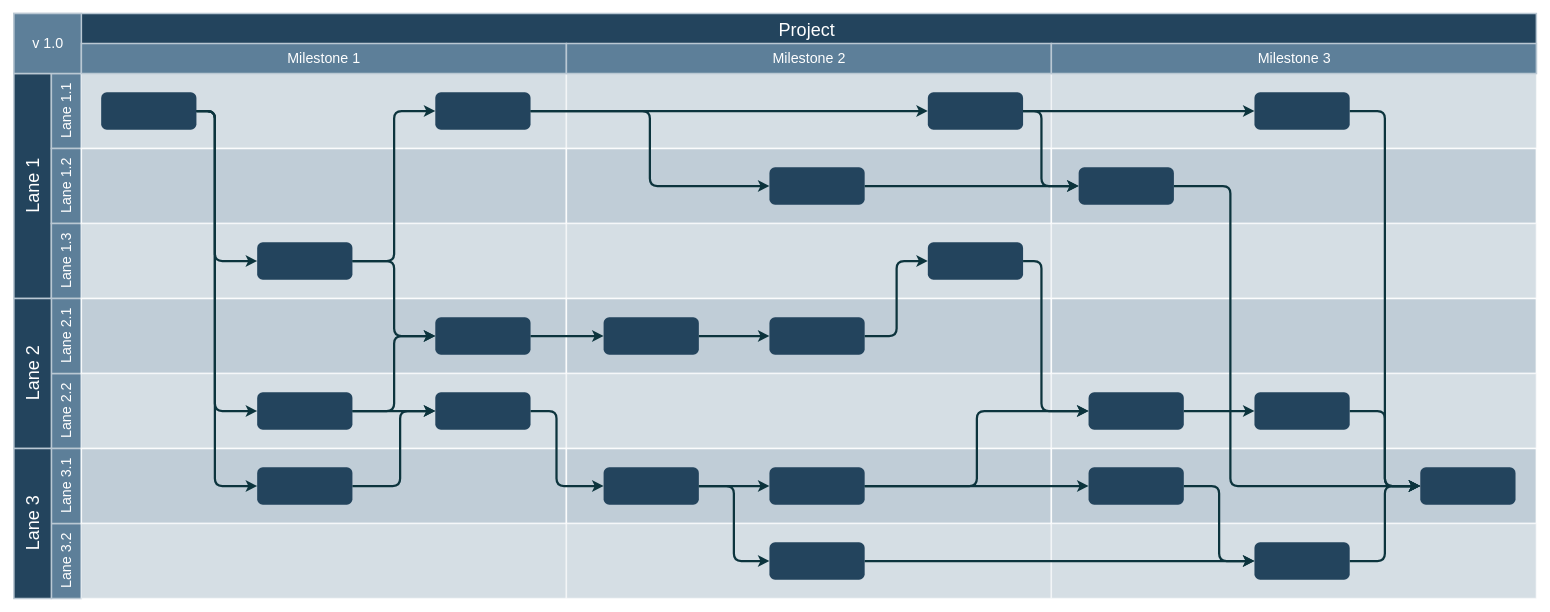
Earlier version of the draw.io diagram Untitled Diagram.drawio (DarkHesse/DarkHesse). Source tidied: cells renumbered, new cells numbered last; positions are measured from the earlier drawing's top-left corner, leaving out a move shared by most shapes. Both pictures are drawn from the tidied source at 75%, with x=0, y=0 at pixel (14, 13).
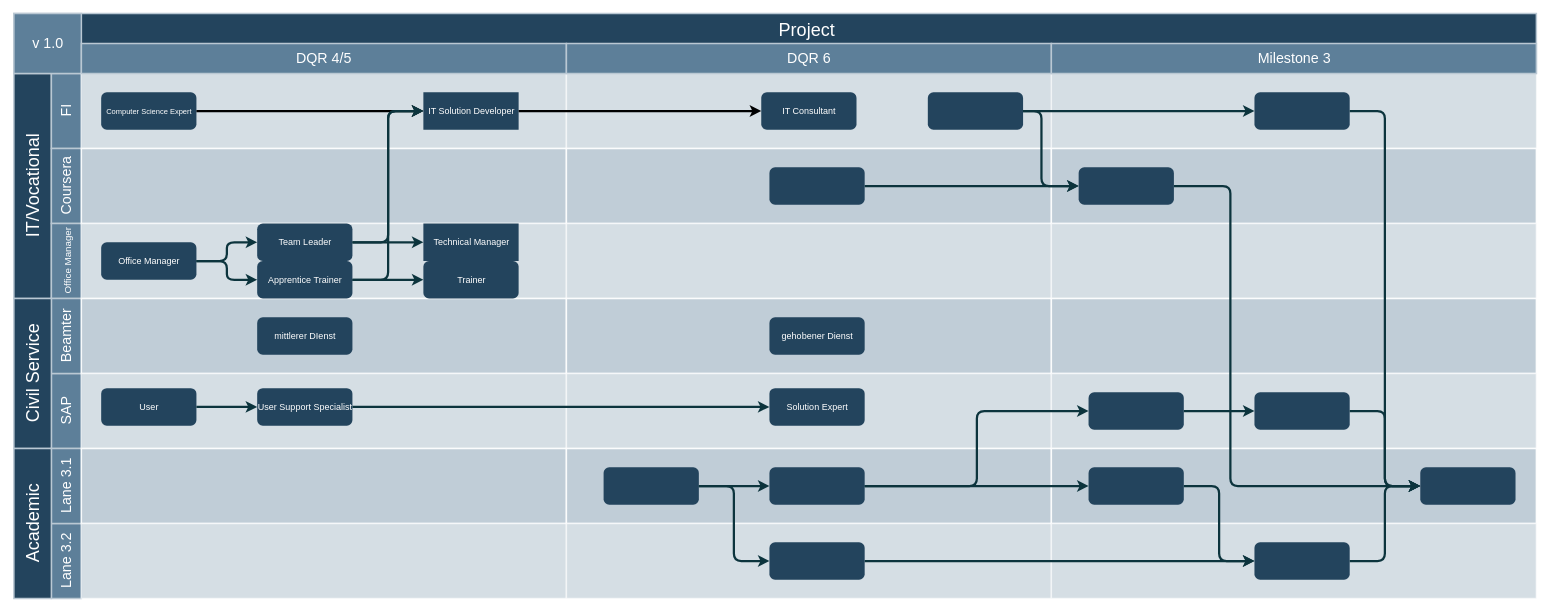
After the change.

The change refers to these unchanged cells:
```xml
<mxCell id="43" style="rounded=1;fillColor=#23445D;strokeColor=none;strokeWidth=2;fontFamily=Helvetica;html=1;gradientColor=none;" parent="1" vertex="1">
  <mxGeometry x="1007.4" y="205.5" width="127" height="50" as="geometry" />
</mxCell>
<mxCell id="44" style="rounded=1;fillColor=#23445D;strokeColor=none;strokeWidth=2;fontFamily=Helvetica;html=1;gradientColor=none;" parent="1" vertex="1">
  <mxGeometry x="1218.6" y="105.5" width="127" height="50" as="geometry" />
</mxCell>
<mxCell id="48" style="rounded=1;fillColor=#23445D;strokeColor=none;strokeWidth=2;fontFamily=Helvetica;html=1;gradientColor=none;" parent="1" vertex="1">
  <mxGeometry x="786.3" y="605.5" width="127" height="50" as="geometry" />
</mxCell>
<mxCell id="52" style="rounded=1;fillColor=#23445D;strokeColor=none;strokeWidth=2;gradientColor=none;fontFamily=Helvetica;html=1;" parent="1" vertex="1">
  <mxGeometry x="1432.9" y="505.5" width="127" height="50" as="geometry" />
</mxCell>
<mxCell id="86" style="group;" parent="1" vertex="1">
  <mxGeometry x="90" y="40.5" width="646.7" height="40" as="geometry" />
</mxCell>
```

Diff of the diagram source:
```diff
@@
-    <mxCell id="3" value="Lane 1" style="strokeColor=#BAC8D3;fillColor=#23445D;fontSize=24;strokeWidth=2;horizontal=0;fontFamily=Helvetica;html=1;fontColor=#FFFFFF;fontStyle=0;" parent="1" vertex="1">
+    <mxCell id="3" value="IT/Vocational" style="strokeColor=#BAC8D3;fillColor=#23445D;fontSize=24;strokeWidth=2;horizontal=0;fontFamily=Helvetica;html=1;fontColor=#FFFFFF;fontStyle=0;" parent="1" vertex="1">
       <mxGeometry y="80.5" width="50" height="300" as="geometry" />
     </mxCell>
-    <mxCell id="4" value="Lane 1.1" style="strokeColor=#BAC8D3;fillColor=#5d7f99;fontSize=19;strokeWidth=2;horizontal=0;fontFamily=Helvetica;html=1;labelBackgroundColor=none;fontColor=#FFFFFF;" parent="1" vertex="1">
+    <mxCell id="4" value="FI" style="strokeColor=#BAC8D3;fillColor=#5d7f99;fontSize=19;strokeWidth=2;horizontal=0;fontFamily=Helvetica;html=1;labelBackgroundColor=none;fontColor=#FFFFFF;" parent="1" vertex="1">
       <mxGeometry x="50" y="80.5" width="40" height="100" as="geometry" />
     </mxCell>
@@
-    <mxCell id="6" value="Lane 1.2" style="strokeColor=#BAC8D3;fillColor=#5d7f99;fontSize=19;strokeWidth=2;horizontal=0;fontFamily=Helvetica;html=1;labelBackgroundColor=none;fontColor=#FFFFFF;" parent="1" vertex="1">
+    <mxCell id="6" value="Coursera" style="strokeColor=#BAC8D3;fillColor=#5d7f99;fontSize=19;strokeWidth=2;horizontal=0;fontFamily=Helvetica;html=1;labelBackgroundColor=none;fontColor=#FFFFFF;" parent="1" vertex="1">
       <mxGeometry x="50" y="180.5" width="40" height="100" as="geometry" />
     </mxCell>
-    <mxCell id="7" value="Lane 1.3" style="strokeColor=#BAC8D3;fillColor=#5d7f99;fontSize=19;strokeWidth=2;horizontal=0;fontFamily=Helvetica;html=1;labelBackgroundColor=none;fontColor=#FFFFFF;" parent="1" vertex="1">
+    <mxCell id="7" value="&lt;font style=&quot;font-size: 13px;&quot;&gt;Office Manager&lt;/font&gt;" style="strokeColor=#BAC8D3;fillColor=#5d7f99;fontSize=19;strokeWidth=2;horizontal=0;fontFamily=Helvetica;html=1;labelBackgroundColor=none;fontColor=#FFFFFF;" parent="1" vertex="1">
       <mxGeometry x="50" y="280.5" width="40" height="100" as="geometry" />
     </mxCell>
-    <mxCell id="8" value="Lane 2.2" style="strokeColor=#BAC8D3;fillColor=#5d7f99;fontSize=19;strokeWidth=2;horizontal=0;fontFamily=Helvetica;html=1;labelBackgroundColor=none;fontColor=#FFFFFF;" parent="1" vertex="1">
+    <mxCell id="8" value="SAP" style="strokeColor=#BAC8D3;fillColor=#5d7f99;fontSize=19;strokeWidth=2;horizontal=0;fontFamily=Helvetica;html=1;labelBackgroundColor=none;fontColor=#FFFFFF;" parent="1" vertex="1">
       <mxGeometry x="50" y="480.5" width="40" height="100" as="geometry" />
     </mxCell>
-    <mxCell id="9" value="Lane 2.1" style="strokeColor=#BAC8D3;fillColor=#5d7f99;fontSize=19;strokeWidth=2;horizontal=0;fontFamily=Helvetica;html=1;labelBackgroundColor=none;fontColor=#FFFFFF;" parent="1" vertex="1">
+    <mxCell id="9" value="Beamter" style="strokeColor=#BAC8D3;fillColor=#5d7f99;fontSize=19;strokeWidth=2;horizontal=0;fontFamily=Helvetica;html=1;labelBackgroundColor=none;fontColor=#FFFFFF;" parent="1" vertex="1">
       <mxGeometry x="50" y="380.5" width="40" height="100" as="geometry" />
     </mxCell>
-    <mxCell id="10" value="Lane 2" style="strokeColor=#BAC8D3;fillColor=#23445D;fontSize=24;strokeWidth=2;horizontal=0;fontFamily=Helvetica;html=1;fontColor=#FFFFFF;fontStyle=0;" parent="1" vertex="1">
+    <mxCell id="10" value="Civil Service" style="strokeColor=#BAC8D3;fillColor=#23445D;fontSize=24;strokeWidth=2;horizontal=0;fontFamily=Helvetica;html=1;fontColor=#FFFFFF;fontStyle=0;" parent="1" vertex="1">
       <mxGeometry y="380.5" width="50" height="200" as="geometry" />
     </mxCell>
@@
-    <mxCell id="13" value="Lane 3" style="strokeColor=#BAC8D3;fillColor=#23445D;fontSize=24;strokeWidth=2;horizontal=0;fontFamily=Helvetica;html=1;fontColor=#FFFFFF;fontStyle=0;" parent="1" vertex="1">
+    <mxCell id="13" value="Academic" style="strokeColor=#BAC8D3;fillColor=#23445D;fontSize=24;strokeWidth=2;horizontal=0;fontFamily=Helvetica;html=1;fontColor=#FFFFFF;fontStyle=0;" parent="1" vertex="1">
       <mxGeometry y="580.5" width="50" height="200" as="geometry" />
     </mxCell>
@@
-    <mxCell id="35" style="edgeStyle=orthogonalEdgeStyle;rounded=1;jumpStyle=none;html=1;exitX=1;exitY=0.5;entryX=0;entryY=0.5;labelBackgroundColor=#ffffff;startArrow=none;startFill=0;endArrow=classic;jettySize=auto;strokeColor=#0C343D;strokeWidth=3;fontFamily=Helvetica;fontSize=11;fontColor=#000000;" parent="1" edge="1" source="36" target="38">
-      <mxGeometry relative="1" as="geometry">
-        <Array as="points">
-          <mxPoint x="268" y="130.5" />
-          <mxPoint x="268" y="330.5" />
-        </Array>
-      </mxGeometry>
-    </mxCell>
-    <mxCell id="36" style="rounded=1;fillColor=#23445D;strokeColor=none;strokeWidth=2;fontFamily=Helvetica;html=1;gradientColor=none;" parent="1" vertex="1">
+    <mxCell id="36" value="&lt;font style=&quot;font-size: 10px;&quot; color=&quot;#ffffff&quot;&gt;Computer Science Expert&lt;/font&gt;" style="rounded=1;fillColor=#23445D;strokeColor=none;strokeWidth=2;fontFamily=Helvetica;html=1;gradientColor=none;" parent="1" vertex="1">
       <mxGeometry x="116.4" y="105.5" width="127" height="50" as="geometry" />
     </mxCell>
-    <mxCell id="37" style="rounded=1;fillColor=#23445D;strokeColor=none;strokeWidth=2;fontFamily=Helvetica;html=1;gradientColor=none;" parent="1" vertex="1">
-      <mxGeometry x="561.9" y="105.5" width="127" height="50" as="geometry" />
-    </mxCell>
-    <mxCell id="38" style="rounded=1;fillColor=#23445D;strokeColor=none;strokeWidth=2;fontFamily=Helvetica;html=1;gradientColor=none;" parent="1" vertex="1">
-      <mxGeometry x="324.4" y="305.5" width="127" height="50" as="geometry" />
+    <mxCell id="38" value="&lt;font color=&quot;#ffffff&quot;&gt;Office Manager&lt;/font&gt;" style="rounded=1;fillColor=#23445D;strokeColor=none;strokeWidth=2;fontFamily=Helvetica;html=1;gradientColor=none;" parent="1" vertex="1">
+      <mxGeometry x="116.4" y="305.5" width="127" height="50" as="geometry" />
     </mxCell>
-    <mxCell id="39" style="rounded=1;fillColor=#23445D;strokeColor=none;strokeWidth=2;fontFamily=Helvetica;html=1;gradientColor=none;" parent="1" vertex="1">
-      <mxGeometry x="561.9" y="405.5" width="127" height="50" as="geometry" />
-    </mxCell>
-    <mxCell id="40" style="rounded=1;fillColor=#23445D;strokeColor=none;strokeWidth=2;fontFamily=Helvetica;html=1;gradientColor=none;" parent="1" vertex="1">
-      <mxGeometry x="561.9" y="505.5" width="127" height="50" as="geometry" />
-    </mxCell>
-    <mxCell id="41" style="rounded=1;fillColor=#23445D;strokeColor=none;strokeWidth=2;fontFamily=Helvetica;html=1;gradientColor=none;" parent="1" vertex="1">
-      <mxGeometry x="324.4" y="605.5" width="127" height="50" as="geometry" />
-    </mxCell>
-    <mxCell id="42" style="rounded=1;fillColor=#23445D;strokeColor=none;strokeWidth=2;fontFamily=Helvetica;html=1;gradientColor=none;" parent="1" vertex="1">
-      <mxGeometry x="324.4" y="505.5" width="127" height="50" as="geometry" />
-    </mxCell>
@@
-    <mxCell id="46" style="rounded=1;fillColor=#23445D;strokeColor=none;strokeWidth=2;fontFamily=Helvetica;html=1;gradientColor=none;" parent="1" vertex="1">
-      <mxGeometry x="1007.4" y="405.5" width="127" height="50" as="geometry" />
-    </mxCell>
@@
-    <mxCell id="50" style="rounded=1;fillColor=#23445D;strokeColor=none;strokeWidth=2;fontFamily=Helvetica;html=1;gradientColor=none;" parent="1" vertex="1">
-      <mxGeometry x="786.3" y="405.5" width="127" height="50" as="geometry" />
-    </mxCell>
-    <mxCell id="51" style="rounded=1;fillColor=#23445D;strokeColor=none;strokeWidth=2;fontFamily=Helvetica;html=1;gradientColor=none;" parent="1" vertex="1">
-      <mxGeometry x="1218.6" y="305.5" width="127" height="50" as="geometry" />
-    </mxCell>
@@
-    <mxCell id="58" style="edgeStyle=elbowEdgeStyle;elbow=horizontal;strokeWidth=3;strokeColor=#0C343D;fontFamily=Helvetica;html=1;" parent="1" edge="1" source="36" target="42">
-      <mxGeometry x="6.4" y="830.5" as="geometry">
-        <Array as="points">
-          <mxPoint x="268" y="343.5" />
-        </Array>
-      </mxGeometry>
-    </mxCell>
-    <mxCell id="59" style="edgeStyle=elbowEdgeStyle;elbow=horizontal;strokeWidth=3;strokeColor=#0C343D;fontFamily=Helvetica;html=1;" parent="1" edge="1" source="36" target="41">
-      <mxGeometry x="6.4" y="830.5" as="geometry">
-        <Array as="points">
-          <mxPoint x="268" y="252.5" />
-        </Array>
-      </mxGeometry>
-    </mxCell>
-    <mxCell id="60" style="edgeStyle=elbowEdgeStyle;elbow=horizontal;strokeWidth=3;strokeColor=#0C343D;fontFamily=Helvetica;html=1;" parent="1" edge="1" source="38" target="37">
-      <mxGeometry x="6.4" y="830.5" as="geometry" />
-    </mxCell>
-    <mxCell id="61" style="edgeStyle=elbowEdgeStyle;elbow=horizontal;strokeWidth=3;strokeColor=#0C343D;fontFamily=Helvetica;html=1;" parent="1" edge="1" source="38" target="39">
-      <mxGeometry x="6.4" y="830.5" as="geometry" />
-    </mxCell>
-    <mxCell id="62" style="edgeStyle=elbowEdgeStyle;elbow=horizontal;strokeWidth=3;strokeColor=#0C343D;fontFamily=Helvetica;html=1;" parent="1" edge="1" source="42" target="39">
-      <mxGeometry x="6.4" y="830.5" as="geometry" />
-    </mxCell>
-    <mxCell id="63" style="edgeStyle=elbowEdgeStyle;elbow=horizontal;strokeWidth=3;strokeColor=#0C343D;fontFamily=Helvetica;html=1;" parent="1" edge="1" source="42" target="40">
-      <mxGeometry x="6.4" y="830.5" as="geometry" />
-    </mxCell>
-    <mxCell id="64" style="edgeStyle=elbowEdgeStyle;elbow=horizontal;strokeWidth=3;strokeColor=#0C343D;fontFamily=Helvetica;html=1;" parent="1" edge="1" source="41" target="40">
-      <mxGeometry x="6.4" y="830.5" as="geometry">
-        <Array as="points">
-          <mxPoint x="515" y="584.5" />
-        </Array>
-      </mxGeometry>
-    </mxCell>
-    <mxCell id="65" style="edgeStyle=elbowEdgeStyle;elbow=horizontal;strokeWidth=3;strokeColor=#0C343D;fontFamily=Helvetica;html=1;" parent="1" edge="1" source="37" target="43">
-      <mxGeometry x="6.4" y="830.5" as="geometry" />
-    </mxCell>
-    <mxCell id="66" style="edgeStyle=elbowEdgeStyle;elbow=horizontal;strokeWidth=3;strokeColor=#0C343D;fontFamily=Helvetica;html=1;" parent="1" edge="1" source="39" target="50">
-      <mxGeometry x="6.4" y="830.5" as="geometry" />
-    </mxCell>
-    <mxCell id="67" style="edgeStyle=elbowEdgeStyle;elbow=horizontal;strokeWidth=3;strokeColor=#0C343D;fontFamily=Helvetica;html=1;" parent="1" edge="1" source="50" target="46">
-      <mxGeometry x="6.4" y="830.5" as="geometry" />
-    </mxCell>
-    <mxCell id="68" style="edgeStyle=elbowEdgeStyle;elbow=horizontal;strokeWidth=3;strokeColor=#0C343D;fontFamily=Helvetica;html=1;" parent="1" edge="1" source="37" target="44">
-      <mxGeometry x="6.4" y="830.5" as="geometry" />
-    </mxCell>
-    <mxCell id="69" style="edgeStyle=elbowEdgeStyle;elbow=horizontal;strokeWidth=3;strokeColor=#0C343D;fontFamily=Helvetica;html=1;" parent="1" edge="1" source="40" target="48">
-      <mxGeometry x="6.4" y="830.5" as="geometry">
-        <Array as="points">
-          <mxPoint x="723.5" y="580.5" />
-        </Array>
-      </mxGeometry>
-    </mxCell>
@@
-    <mxCell id="78" style="edgeStyle=elbowEdgeStyle;elbow=horizontal;strokeWidth=3;strokeColor=#0C343D;fontFamily=Helvetica;html=1;" parent="1" edge="1" source="46" target="51">
-      <mxGeometry x="6.4" y="830.5" as="geometry" />
-    </mxCell>
@@
-    <mxCell id="85" style="edgeStyle=elbowEdgeStyle;elbow=horizontal;strokeWidth=3;strokeColor=#0C343D;fontFamily=Helvetica;html=1;" parent="1" edge="1" source="51" target="52">
-      <mxGeometry x="6.4" y="830.5" as="geometry">
-        <Array as="points">
-          <mxPoint x="1370.1" y="430.5" />
-        </Array>
-      </mxGeometry>
-    </mxCell>
@@
-    <mxCell id="87" value="Milestone 1" style="strokeColor=#BAC8D3;fillColor=#5d7f99;fontSize=19;strokeWidth=2;fontFamily=Helvetica;html=1;labelBackgroundColor=none;fontColor=#FFFFFF;" parent="86" vertex="1">
+    <mxCell id="87" value="DQR 4/5" style="strokeColor=#BAC8D3;fillColor=#5d7f99;fontSize=19;strokeWidth=2;fontFamily=Helvetica;html=1;labelBackgroundColor=none;fontColor=#FFFFFF;" parent="86" vertex="1">
       <mxGeometry width="646.7" height="40" as="geometry" />
     </mxCell>
-    <mxCell id="88" value="Milestone 2" style="strokeColor=#BAC8D3;fillColor=#5d7f99;fontSize=19;strokeWidth=2;fontFamily=Helvetica;html=1;labelBackgroundColor=none;fontColor=#FFFFFF;" parent="86" vertex="1">
+    <mxCell id="88" value="DQR 6" style="strokeColor=#BAC8D3;fillColor=#5d7f99;fontSize=19;strokeWidth=2;fontFamily=Helvetica;html=1;labelBackgroundColor=none;fontColor=#FFFFFF;" parent="86" vertex="1">
       <mxGeometry x="646.7" width="646.7" height="40" as="geometry" />
     </mxCell>
@@
+    <mxCell id="90" value="&lt;font color=&quot;#ffffff&quot;&gt;IT Solution Developer&lt;/font&gt;" style="rounded=0;fillColor=#23445D;strokeColor=none;strokeWidth=2;fontFamily=Helvetica;html=1;gradientColor=none;" parent="1" vertex="1">
+      <mxGeometry x="546" y="105.5" width="127" height="50" as="geometry" />
+    </mxCell>
+    <mxCell id="91" style="endArrow=classic;html=1;rounded=0;exitX=1;exitY=0.5;exitDx=0;exitDy=0;entryX=0;entryY=0.5;entryDx=0;entryDy=0;strokeWidth=3;" parent="1" edge="1" source="36" target="90">
+      <mxGeometry relative="1" as="geometry" />
+    </mxCell>
+    <mxCell id="92" value="&lt;font color=&quot;#ffffff&quot;&gt;IT Consultant&lt;/font&gt;" style="rounded=1;fillColor=#23445D;strokeColor=none;strokeWidth=2;fontFamily=Helvetica;html=1;gradientColor=none;" parent="1" vertex="1">
+      <mxGeometry x="996.5" y="105.5" width="127" height="50" as="geometry" />
+    </mxCell>
+    <mxCell id="93" style="endArrow=classic;html=1;rounded=0;strokeWidth=3;exitX=1;exitY=0.5;exitDx=0;exitDy=0;entryX=0;entryY=0.5;entryDx=0;entryDy=0;" parent="1" edge="1" source="90" target="92">
+      <mxGeometry relative="1" as="geometry" />
+    </mxCell>
+    <mxCell id="94" value="&lt;font color=&quot;#ffffff&quot;&gt;Technical Manager&lt;/font&gt;" style="rounded=0;fillColor=#23445D;strokeColor=none;strokeWidth=2;fontFamily=Helvetica;html=1;gradientColor=none;shadow=0;" parent="1" vertex="1">
+      <mxGeometry x="546" y="280.5" width="127" height="50" as="geometry" />
+    </mxCell>
+    <mxCell id="95" value="&lt;font color=&quot;#ffffff&quot;&gt;Apprentice Trainer&lt;/font&gt;" style="rounded=1;fillColor=#23445D;strokeColor=none;strokeWidth=2;fontFamily=Helvetica;html=1;gradientColor=none;" parent="1" vertex="1">
+      <mxGeometry x="324.4" y="330.5" width="127" height="50" as="geometry" />
+    </mxCell>
+    <mxCell id="96" value="&lt;font color=&quot;#ffffff&quot;&gt;Team Leader&lt;/font&gt;" style="rounded=1;fillColor=#23445D;strokeColor=none;strokeWidth=2;fontFamily=Helvetica;html=1;gradientColor=none;" parent="1" vertex="1">
+      <mxGeometry x="324.4" y="280.5" width="127" height="50" as="geometry" />
+    </mxCell>
+    <mxCell id="97" value="&lt;font color=&quot;#ffffff&quot;&gt;Trainer&lt;/font&gt;" style="rounded=1;fillColor=#23445D;strokeColor=none;strokeWidth=2;fontFamily=Helvetica;html=1;gradientColor=none;" parent="1" vertex="1">
+      <mxGeometry x="546" y="330.5" width="127" height="50" as="geometry" />
+    </mxCell>
+    <mxCell id="98" style="edgeStyle=elbowEdgeStyle;elbow=horizontal;strokeWidth=3;strokeColor=#0C343D;fontFamily=Helvetica;html=1;exitX=1;exitY=0.5;exitDx=0;exitDy=0;entryX=0;entryY=0.5;entryDx=0;entryDy=0;" parent="1" edge="1" source="38" target="96">
+      <mxGeometry x="-118.9" y="550" as="geometry" />
+    </mxCell>
+    <mxCell id="99" style="edgeStyle=elbowEdgeStyle;elbow=horizontal;strokeWidth=3;strokeColor=#0C343D;fontFamily=Helvetica;html=1;exitX=1;exitY=0.5;exitDx=0;exitDy=0;entryX=0;entryY=0.5;entryDx=0;entryDy=0;" parent="1" edge="1" source="38" target="95">
+      <mxGeometry x="-118.9" y="550" as="geometry" />
+    </mxCell>
+    <mxCell id="100" style="edgeStyle=elbowEdgeStyle;elbow=horizontal;strokeWidth=3;strokeColor=#0C343D;fontFamily=Helvetica;html=1;exitX=1;exitY=0.5;exitDx=0;exitDy=0;entryX=0;entryY=0.5;entryDx=0;entryDy=0;" parent="1" edge="1" source="96" target="94">
+      <mxGeometry x="-118.9" y="550" as="geometry" />
+    </mxCell>
+    <mxCell id="101" style="edgeStyle=elbowEdgeStyle;elbow=horizontal;strokeWidth=3;strokeColor=#0C343D;fontFamily=Helvetica;html=1;exitX=1;exitY=0.5;exitDx=0;exitDy=0;entryX=0;entryY=0.5;entryDx=0;entryDy=0;" parent="1" edge="1" source="95" target="97">
+      <mxGeometry x="-118.9" y="550" as="geometry" />
+    </mxCell>
+    <mxCell id="102" style="edgeStyle=elbowEdgeStyle;elbow=horizontal;strokeWidth=3;strokeColor=#0C343D;fontFamily=Helvetica;html=1;exitX=1;exitY=0.5;exitDx=0;exitDy=0;entryX=0;entryY=0.5;entryDx=0;entryDy=0;" parent="1" edge="1" source="96" target="90">
+      <mxGeometry x="21.1" y="550" as="geometry" />
+    </mxCell>
+    <mxCell id="103" style="edgeStyle=elbowEdgeStyle;elbow=horizontal;strokeWidth=3;strokeColor=#0C343D;fontFamily=Helvetica;html=1;exitX=1;exitY=0.5;exitDx=0;exitDy=0;entryX=0;entryY=0.5;entryDx=0;entryDy=0;" parent="1" edge="1" source="95" target="90">
+      <mxGeometry x="21.1" y="550" as="geometry" />
+    </mxCell>
+    <mxCell id="104" value="&lt;font color=&quot;#ffffff&quot;&gt;mittlerer DIenst&lt;/font&gt;" style="rounded=1;fillColor=#23445D;strokeColor=none;strokeWidth=2;fontFamily=Helvetica;html=1;gradientColor=none;" parent="1" vertex="1">
+      <mxGeometry x="324.4" y="405.5" width="127" height="50" as="geometry" />
+    </mxCell>
+    <mxCell id="105" value="&lt;font color=&quot;#ffffff&quot;&gt;gehobener Dienst&lt;/font&gt;" style="rounded=1;fillColor=#23445D;strokeColor=none;strokeWidth=2;fontFamily=Helvetica;html=1;gradientColor=none;" parent="1" vertex="1">
+      <mxGeometry x="1007.4" y="405.5" width="127" height="50" as="geometry" />
+    </mxCell>
+    <mxCell id="106" value="&lt;font color=&quot;#ffffff&quot;&gt;User&lt;/font&gt;" style="rounded=1;fillColor=#23445D;strokeColor=none;strokeWidth=2;fontFamily=Helvetica;html=1;gradientColor=none;" parent="1" vertex="1">
+      <mxGeometry x="116.4" y="500" width="127" height="50" as="geometry" />
+    </mxCell>
+    <mxCell id="107" value="&lt;font color=&quot;#ffffff&quot;&gt;User Support Specialist&lt;/font&gt;" style="rounded=1;fillColor=#23445D;strokeColor=none;strokeWidth=2;fontFamily=Helvetica;html=1;gradientColor=none;" parent="1" vertex="1">
+      <mxGeometry x="324.4" y="500" width="127" height="50" as="geometry" />
+    </mxCell>
+    <mxCell id="108" value="&lt;font color=&quot;#ffffff&quot;&gt;Solution Expert&lt;/font&gt;" style="rounded=1;fillColor=#23445D;strokeColor=none;strokeWidth=2;fontFamily=Helvetica;html=1;gradientColor=none;" parent="1" vertex="1">
+      <mxGeometry x="1007.4" y="500" width="127" height="50" as="geometry" />
+    </mxCell>
+    <mxCell id="109" style="edgeStyle=elbowEdgeStyle;elbow=horizontal;strokeWidth=3;strokeColor=#0C343D;fontFamily=Helvetica;html=1;exitX=1;exitY=0.5;exitDx=0;exitDy=0;entryX=0;entryY=0.5;entryDx=0;entryDy=0;" parent="1" edge="1" source="106" target="107">
+      <mxGeometry x="-88.9" y="800" as="geometry" />
+    </mxCell>
+    <mxCell id="110" style="edgeStyle=elbowEdgeStyle;elbow=horizontal;strokeWidth=3;strokeColor=#0C343D;fontFamily=Helvetica;html=1;exitX=1;exitY=0.5;exitDx=0;exitDy=0;entryX=0;entryY=0.5;entryDx=0;entryDy=0;" parent="1" edge="1" source="107" target="108">
+      <mxGeometry x="191.1" y="800" as="geometry" />
+    </mxCell>
```
